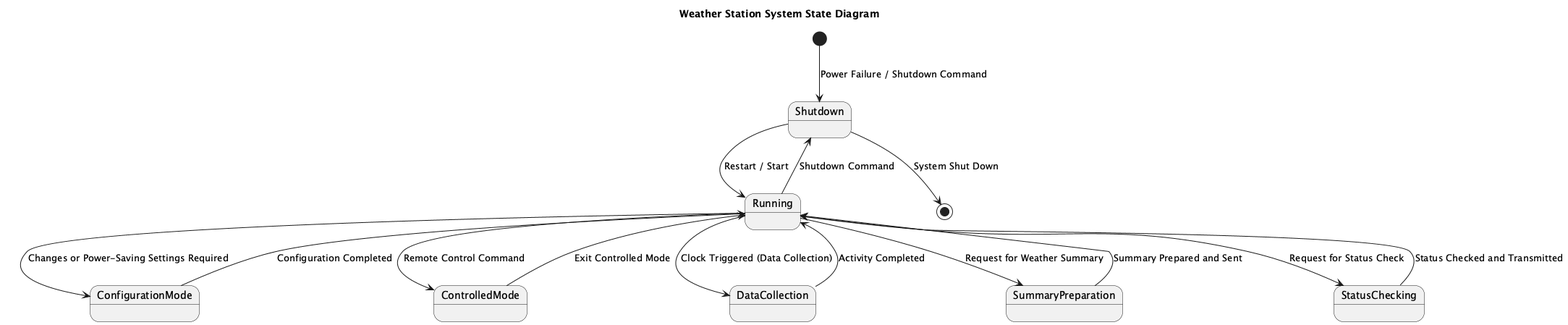
The PlantUML diagram results/plantuml_pipeline/ensemble_stacked_llm/runs/ensemble__all_methods__candidate_pool__stacked_llm/case_54_weather_station_system/ensemble.png in maimunafaria/State_transition_Diagram_generated_by_LLM, before a commit. The source it was exported from:
```plantuml
@startuml
title Weather Station System State Diagram

[*] --> Shutdown : Power Failure / Shutdown Command

state Shutdown {
  Shutdown --> Running : Restart / Start
}

state Running {
  Running --> ConfigurationMode : Changes or Power-Saving Settings Required
  Running --> ControlledMode : Remote Control Command
  Running --> Shutdown : Shutdown Command
  Running --> DataCollection : Clock Triggered (Data Collection)
  Running --> SummaryPreparation : Request for Weather Summary
  Running --> StatusChecking : Request for Status Check
}

state ConfigurationMode {
  ConfigurationMode --> Running : Configuration Completed
}

state ControlledMode {
  ControlledMode --> Running : Exit Controlled Mode
}

state DataCollection {
  DataCollection --> Running : Activity Completed
}

state SummaryPreparation {
  SummaryPreparation --> Running : Summary Prepared and Sent
}

state StatusChecking {
  StatusChecking --> Running : Status Checked and Transmitted
}

Shutdown --> [*] : System Shut Down

@enduml
```
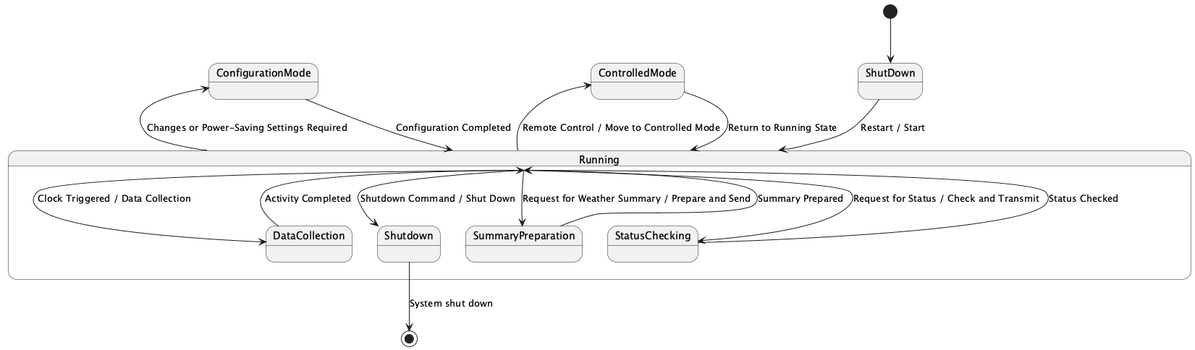
The same file after the commit.

Diff of the diagram source:
```diff
@@ -1,41 +1,30 @@
 @startuml
-title Weather Station System State Diagram
+[*] --> ShutDown
 
-[*] --> Shutdown : Power Failure / Shutdown Command
-
-state Shutdown {
-  Shutdown --> Running : Restart / Start
-}
-
-state Running {
-  Running --> ConfigurationMode : Changes or Power-Saving Settings Required
-  Running --> ControlledMode : Remote Control Command
-  Running --> Shutdown : Shutdown Command
-  Running --> DataCollection : Clock Triggered (Data Collection)
-  Running --> SummaryPreparation : Request for Weather Summary
-  Running --> StatusChecking : Request for Status Check
+state ShutDown {
+  ShutDown --> Running : Restart / Start
 }
 
 state ConfigurationMode {
+  Running --> ConfigurationMode : Changes or Power-Saving Settings Required
   ConfigurationMode --> Running : Configuration Completed
 }
 
 state ControlledMode {
-  ControlledMode --> Running : Exit Controlled Mode
+  Running --> ControlledMode : Remote Control / Move to Controlled Mode
+  ControlledMode --> Running : Return to Running State
 }
 
-state DataCollection {
+state Running {
+  Running --> DataCollection : Clock Triggered / Data Collection
+  Running --> SummaryPreparation : Request for Weather Summary / Prepare and Send
+  Running --> StatusChecking : Request for Status / Check and Transmit
+  Running --> Shutdown : Shutdown Command / Shut Down
   DataCollection --> Running : Activity Completed
+  SummaryPreparation --> Running : Summary Prepared
+  StatusChecking --> Running : Status Checked
 }
 
-state SummaryPreparation {
-  SummaryPreparation --> Running : Summary Prepared and Sent
-}
-
-state StatusChecking {
-  StatusChecking --> Running : Status Checked and Transmitted
-}
-
-Shutdown --> [*] : System Shut Down
+Shutdown --> [*] : System shut down
 
 @enduml
```
